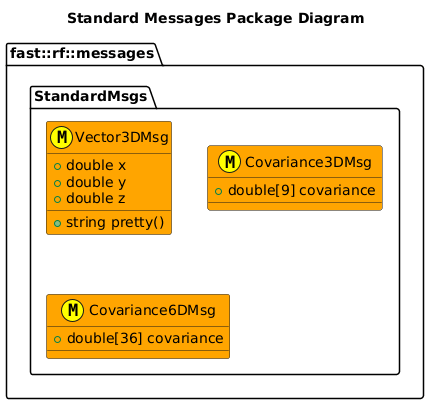
The PlantUML diagram msgs/StandardMsgs/doc/puml/StandardMessagesClassDiagram.png in fastrobotics/robot_framework, before a commit. The source it was exported from:
```plantuml
@startuml
title Standard Messages Package Diagram

namespace fast::rf::messages {
  namespace StandardMsgs  {
    struct Vector3DMsg <<(M,#FFFF00) >> #Orange {
      +double x
      +double y
      +double z
      +string pretty()
    }
    struct Covariance3DMsg <<(M,#FFFF00) >> #Orange {
      +double[9] covariance
    }
    struct Covariance6DMsg <<(M,#FFFF00) >> #Orange {
      +double[36] covariance
    }
}
@enduml
```
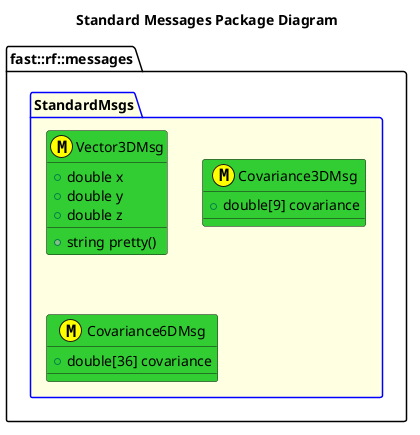
After the change.

What changed in the source:
```diff
@@ -2,17 +2,17 @@
 title Standard Messages Package Diagram
 
 namespace fast::rf::messages {
-  namespace StandardMsgs  {
-    struct Vector3DMsg <<(M,#FFFF00) >> #Orange {
+  package StandardMsgs #LightYellow;line:blue {
+    struct Vector3DMsg <<(M,#FFFF00) >> #LimeGreen {
       +double x
       +double y
       +double z
       +string pretty()
     }
-    struct Covariance3DMsg <<(M,#FFFF00) >> #Orange {
+    struct Covariance3DMsg <<(M,#FFFF00) >> #LimeGreen {
       +double[9] covariance
     }
-    struct Covariance6DMsg <<(M,#FFFF00) >> #Orange {
+    struct Covariance6DMsg <<(M,#FFFF00) >> #LimeGreen {
       +double[36] covariance
     }
 }
```
